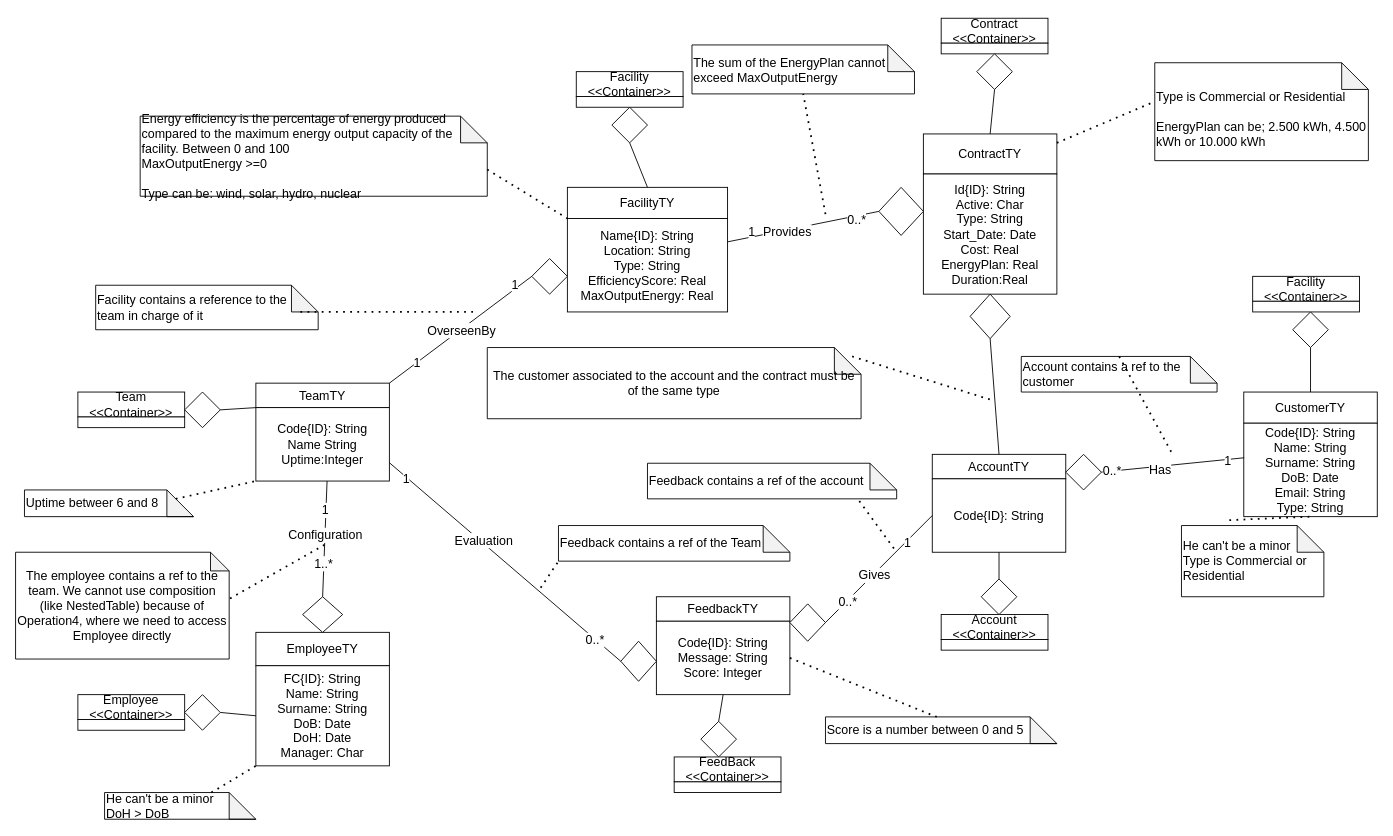
Fonty02/DBSystems keeps this draw.io diagram as Exam/Documentation/Draw/UML.drawio. Above is the earlier version. Source tidied: cells renumbered, new cells numbered last; positions are measured from the earlier drawing's top-left corner, leaving out a move shared by most shapes. Both pictures are drawn from the tidied source at 89%, with x=0, y=0 at pixel (15, 18).
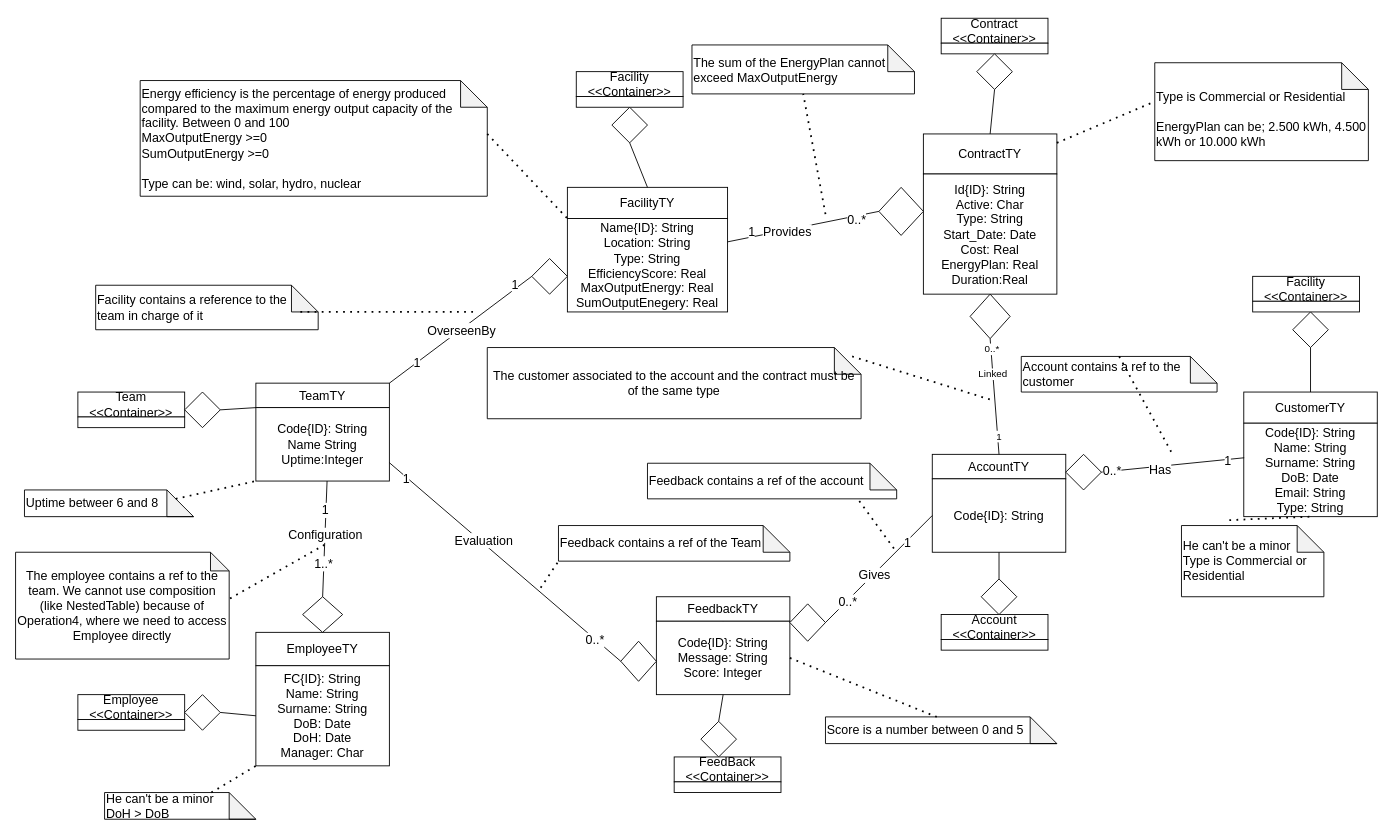
Above is the later version.

The change refers to these unchanged cells:
```xml
<mxCell id="2" style="group;fontSize=14;" parent="1" vertex="1">
  <mxGeometry x="620" y="190" width="180" height="140" as="geometry" />
</mxCell>
<mxCell id="111" style="endArrow=none;html=1;rounded=0;entryX=0.5;entryY=1;entryDx=0;entryDy=0;exitX=0.5;exitY=0;exitDx=0;exitDy=0;fontSize=14;" parent="1" edge="1" source="13" target="10">
  <mxGeometry relative="1" as="geometry" />
</mxCell>
```

Diff of the diagram source:
```diff
@@
-    <mxCell id="5" value="Name{ID}: String&lt;div&gt;Location: String&lt;/div&gt;&lt;div&gt;Type: String&lt;/div&gt;&lt;div&gt;EfficiencyScore: Real&lt;/div&gt;&lt;div&gt;MaxOutputEnergy: Real&lt;/div&gt;" style="rounded=0;whiteSpace=wrap;html=1;fontSize=14;" parent="2" vertex="1">
+    <mxCell id="5" value="Name{ID}: String&lt;div&gt;Location: String&lt;/div&gt;&lt;div&gt;Type: String&lt;/div&gt;&lt;div&gt;EfficiencyScore: Real&lt;/div&gt;&lt;div&gt;MaxOutputEnergy: Real&lt;/div&gt;&lt;div&gt;SumOutputEnegery: Real&lt;/div&gt;" style="rounded=0;whiteSpace=wrap;html=1;fontSize=14;" parent="2" vertex="1">
       <mxGeometry y="35" width="180" height="105" as="geometry" />
     </mxCell>
@@
-    <mxCell id="70" value="Energy efficiency is the percentage of energy produced compared to the maximum energy output capacity of the facility. Between 0 and 100&lt;div&gt;MaxOutputEnergy &amp;gt;=0&lt;br&gt;&lt;div&gt;&lt;br&gt;&lt;/div&gt;&lt;div&gt;Type can be: wind, solar, hydro, nuclear&lt;/div&gt;&lt;/div&gt;" style="shape=note;whiteSpace=wrap;html=1;backgroundOutline=1;darkOpacity=0.05;align=left;fontSize=14;" parent="1" vertex="1">
-      <mxGeometry x="140" y="110" width="390" height="90" as="geometry" />
+    <mxCell id="70" value="Energy efficiency is the percentage of energy produced compared to the maximum energy output capacity of the facility. Between 0 and 100&lt;div&gt;MaxOutputEnergy &amp;gt;=0&lt;/div&gt;&lt;div&gt;SumOutputEnergy &amp;gt;=0&lt;br&gt;&lt;div&gt;&lt;br&gt;&lt;/div&gt;&lt;div&gt;Type can be: wind, solar, hydro, nuclear&lt;/div&gt;&lt;/div&gt;" style="shape=note;whiteSpace=wrap;html=1;backgroundOutline=1;darkOpacity=0.05;align=left;fontSize=14;" parent="1" vertex="1">
+      <mxGeometry x="140" y="70" width="390" height="130" as="geometry" />
     </mxCell>
@@
+    <mxCell id="123" value="0..*" style="edgeLabel;html=1;align=center;verticalAlign=middle;" parent="111" vertex="1">
+      <mxGeometry x="0.83" y="-1" relative="1" as="geometry" />
+    </mxCell>
+    <mxCell id="124" value="1" style="edgeLabel;html=1;align=center;verticalAlign=middle;" parent="111" vertex="1">
+      <mxGeometry x="-0.7" y="-1" relative="1" as="geometry" />
+    </mxCell>
+    <mxCell id="125" value="Linked" style="edgeLabel;html=1;align=center;verticalAlign=middle;" parent="111" vertex="1">
+      <mxGeometry x="0.39" y="1" relative="1" as="geometry" />
+    </mxCell>
```
